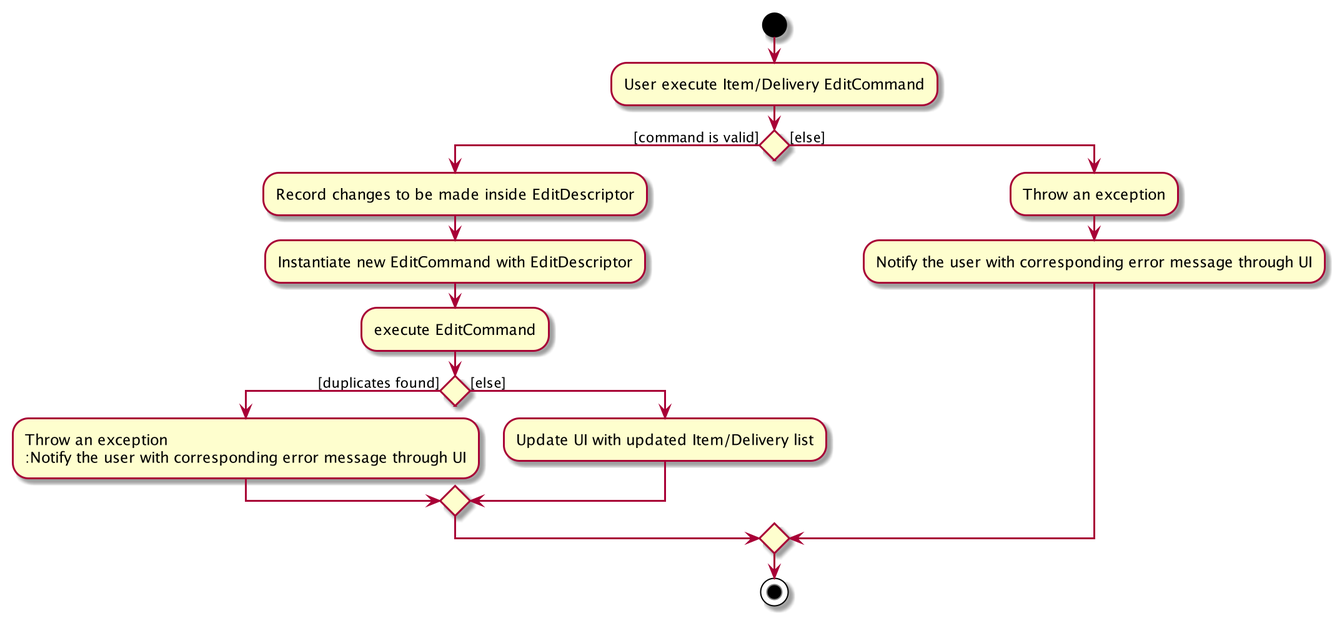
This is docs/images/EditActivityDiagram.png from nus-cs2103-AY2021S1/tp, a PlantUML export, as it was before one commit. Its source is kept beside it as docs/diagrams/EditActivityDiagram.puml. The source it was exported from:
```plantuml
@startuml
start
:User execute Item/Delivery EditCommand;

if () then ([command is valid])
	:Record changes to be made inside EditDescriptor;
	:Instantiate new EditCommand with EditDescriptor;
	:execute EditCommand;
	if () then ([duplicates found])
	:Throw an exception
	:Notify the user with corresponding error message through UI;
	else ([else])
	:Update UI with updated Item/Delivery list;
	endif
else ([else])
	:Throw an exception;
	:Notify the user with corresponding error message through UI;
endif
stop

@enduml
```
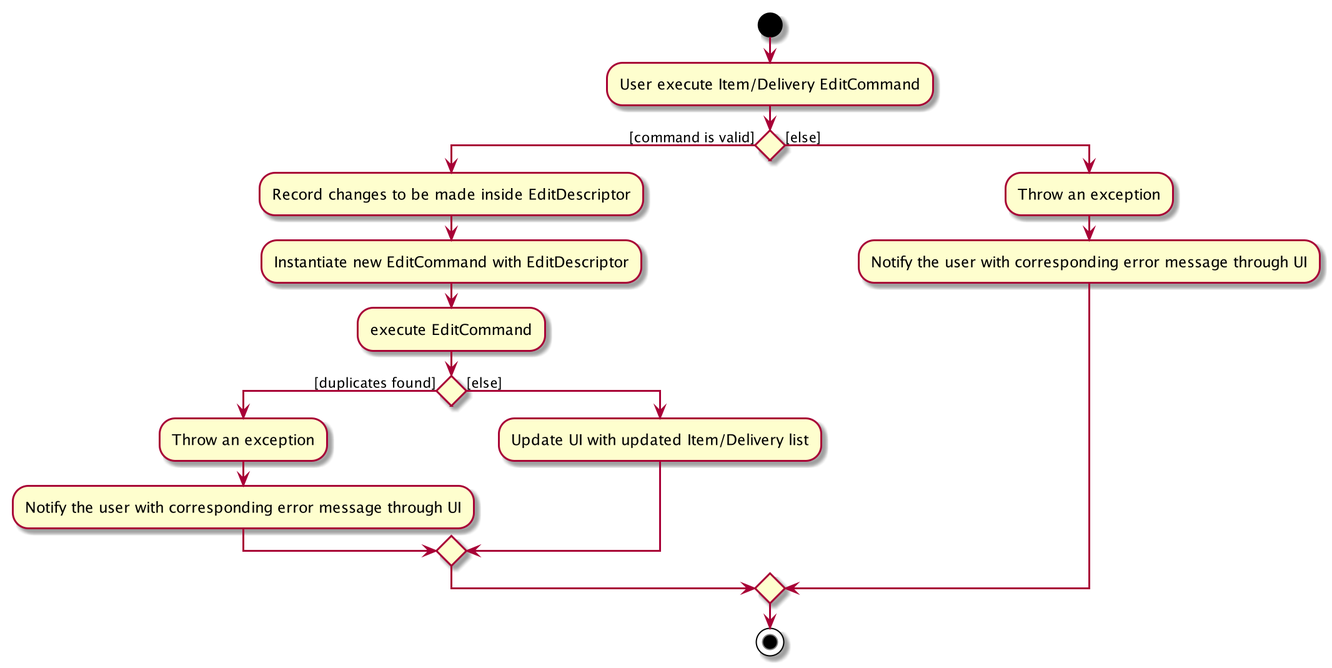
Later version of the same file.

The edit, as a diff of the source:
```diff
@@ -7,7 +7,7 @@
 	:Instantiate new EditCommand with EditDescriptor;
 	:execute EditCommand;
 	if () then ([duplicates found])
-	:Throw an exception
+	:Throw an exception;
 	:Notify the user with corresponding error message through UI;
 	else ([else])
 	:Update UI with updated Item/Delivery list;
@@ -17,5 +17,4 @@
 	:Notify the user with corresponding error message through UI;
 endif
 stop
-
 @enduml
```
